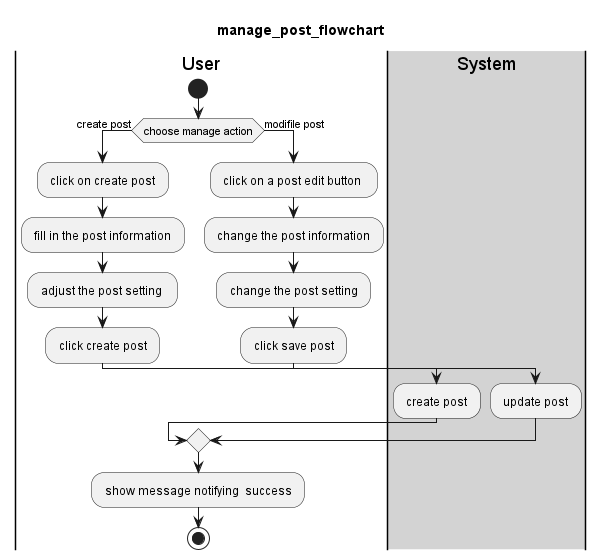
Earlier version of the PlantUML export out/Diagram/flowchart/post/mange_post_flowchart/mange_post_flowchart.png (KTPx4/Social_Media). Its diagram source:
```plantuml
@startuml
title manage_post_flowchart
|User|
start
if(choose manage action) then (create post)
: click on create post ;
: fill in the post information ;
: adjust the post setting  ;
: click create post ;
|#lightgray|System|
: create post ;
|User|
else(modifile post)
: click on a post edit button  ;
: change the post information ;
: change the post setting ;
: click save post ;
|#lightgray|System|
: update post ;
endif
|User|
: show message notifying  success ;
stop

@enduml
```
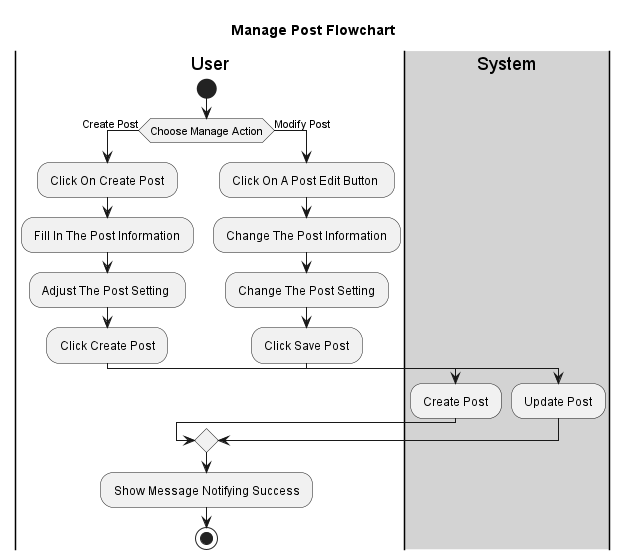
Above is the later version.

Diff of the diagram source:
```diff
@@ -1,25 +1,25 @@
 @startuml
-title manage_post_flowchart
+title Manage Post Flowchart
 |User|
 start
-if(choose manage action) then (create post)
-: click on create post ;
-: fill in the post information ;
-: adjust the post setting  ;
-: click create post ;
+if(Choose Manage Action) then (Create Post)
+: Click On Create Post ;
+: Fill In The Post Information ;
+: Adjust The Post Setting  ;
+: Click Create Post ;
 |#lightgray|System|
-: create post ;
+: Create Post ;
 |User|
-else(modifile post)
-: click on a post edit button  ;
-: change the post information ;
-: change the post setting ;
-: click save post ;
+else(Modify Post)
+: Click On A Post Edit Button  ;
+: Change The Post Information ;
+: Change The Post Setting ;
+: Click Save Post ;
 |#lightgray|System|
-: update post ;
+: Update Post ;
 endif
 |User|
-: show message notifying  success ;
+: Show Message Notifying Success ;
 stop
 
 @enduml
```
